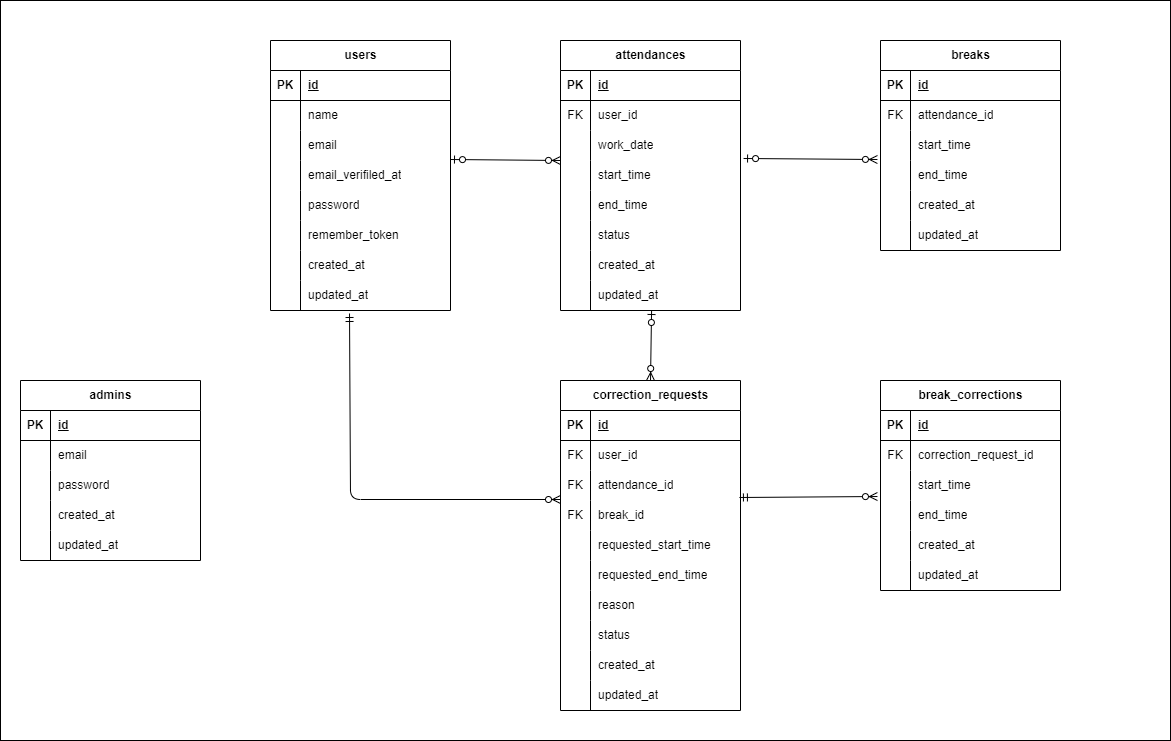
Above: AttendanceManagement.png in Zoe0327/AttendanceManagement (draw.io), before the change. Source tidied: cells renumbered, new cells last; positions are measured from the earlier drawing's top-left corner, leaving out a move shared by most shapes.
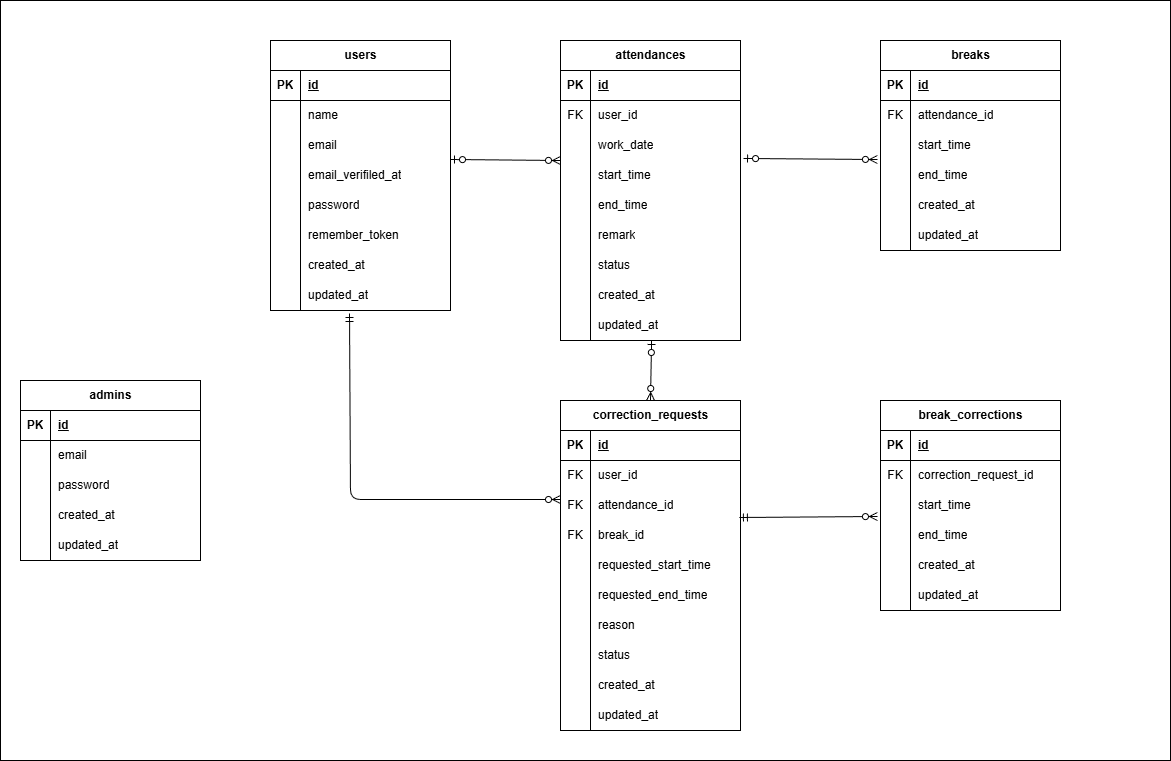
The same diagram one commit later.

What changed in the source:
```diff
@@ -3,7 +3,7 @@
     <mxCell id="0" />
     <mxCell id="1" parent="0" />
     <mxCell id="2" style="rounded=0;whiteSpace=wrap;html=1;" parent="1" vertex="1">
-      <mxGeometry width="1170" height="740" as="geometry" />
+      <mxGeometry width="1170" height="760" as="geometry" />
     </mxCell>
     <mxCell id="3" value="users" style="shape=table;startSize=30;rowLines=0;fontStyle=1;align=center;html=1;" parent="1" vertex="1">
       <mxGeometry x="270" y="40" width="180" height="270" as="geometry" />
@@ -81,7 +81,7 @@
       <mxGeometry x="30" width="150" height="30" as="geometry" />
     </mxCell>
     <mxCell id="28" value="attendances" style="shape=table;startSize=30;rowLines=0;fontStyle=1;align=center;html=1;" parent="1" vertex="1">
-      <mxGeometry x="560" y="40" width="180" height="270" as="geometry" />
+      <mxGeometry x="560" y="40" width="180" height="300" as="geometry" />
     </mxCell>
     <mxCell id="29" style="shape=tableRow;horizontal=0;startSize=0;swimlaneHead=0;swimlaneBody=0;fillColor=none;top=0;left=0;right=0;bottom=1;" parent="28" vertex="1">
       <mxGeometry y="30" width="180" height="30" as="geometry" />
@@ -128,8 +128,17 @@
     <mxCell id="43" value="end_time" style="shape=partialRectangle;fillColor=none;top=0;left=0;bottom=0;right=0;align=left;spacingLeft=6;overflow=hidden;whiteSpace=wrap;html=1;" parent="41" vertex="1">
       <mxGeometry x="30" width="150" height="30" as="geometry" />
     </mxCell>
+    <mxCell id="143" style="shape=tableRow;horizontal=0;startSize=0;swimlaneHead=0;swimlaneBody=0;fillColor=none;top=0;left=0;right=0;bottom=0;" parent="28" vertex="1">
+      <mxGeometry y="180" width="180" height="30" as="geometry" />
+    </mxCell>
+    <mxCell id="144" style="shape=partialRectangle;fillColor=none;top=0;left=0;bottom=0;right=0;overflow=hidden;whiteSpace=wrap;html=1;" parent="143" vertex="1">
+      <mxGeometry width="30" height="30" as="geometry" />
+    </mxCell>
+    <mxCell id="145" value="remark" style="shape=partialRectangle;fillColor=none;top=0;left=0;bottom=0;right=0;align=left;spacingLeft=6;overflow=hidden;whiteSpace=wrap;html=1;" parent="143" vertex="1">
+      <mxGeometry x="30" width="150" height="30" as="geometry" />
+    </mxCell>
     <mxCell id="44" style="shape=tableRow;horizontal=0;startSize=0;swimlaneHead=0;swimlaneBody=0;fillColor=none;top=0;left=0;right=0;bottom=0;" parent="28" vertex="1">
-      <mxGeometry y="180" width="180" height="30" as="geometry" />
+      <mxGeometry y="210" width="180" height="30" as="geometry" />
     </mxCell>
     <mxCell id="45" style="shape=partialRectangle;fillColor=none;top=0;left=0;bottom=0;right=0;overflow=hidden;whiteSpace=wrap;html=1;" parent="44" vertex="1">
       <mxGeometry width="30" height="30" as="geometry" />
@@ -138,7 +147,7 @@
       <mxGeometry x="30" width="150" height="30" as="geometry" />
     </mxCell>
     <mxCell id="47" style="shape=tableRow;horizontal=0;startSize=0;swimlaneHead=0;swimlaneBody=0;fillColor=none;top=0;left=0;right=0;bottom=0;" parent="28" vertex="1">
-      <mxGeometry y="210" width="180" height="30" as="geometry" />
+      <mxGeometry y="240" width="180" height="30" as="geometry" />
     </mxCell>
     <mxCell id="48" style="shape=partialRectangle;fillColor=none;top=0;left=0;bottom=0;right=0;overflow=hidden;whiteSpace=wrap;html=1;" parent="47" vertex="1">
       <mxGeometry width="30" height="30" as="geometry" />
@@ -147,7 +156,7 @@
       <mxGeometry x="30" width="150" height="30" as="geometry" />
     </mxCell>
     <mxCell id="50" style="shape=tableRow;horizontal=0;startSize=0;swimlaneHead=0;swimlaneBody=0;fillColor=none;points=[[0,0.5],[1,0.5]];portConstraint=eastwest;top=0;left=0;right=0;bottom=0;" parent="28" vertex="1">
-      <mxGeometry y="240" width="180" height="30" as="geometry" />
+      <mxGeometry y="270" width="180" height="30" as="geometry" />
     </mxCell>
     <mxCell id="51" style="shape=partialRectangle;fillColor=none;top=0;left=0;bottom=0;right=0;overflow=hidden;whiteSpace=wrap;html=1;" parent="50" vertex="1">
       <mxGeometry width="30" height="30" as="geometry" />
@@ -213,7 +222,7 @@
       <mxGeometry x="30" width="150" height="30" as="geometry" />
     </mxCell>
     <mxCell id="72" value="correction_requests" style="shape=table;startSize=30;rowLines=0;fontStyle=1;align=center;html=1;" parent="1" vertex="1">
-      <mxGeometry x="560" y="380" width="180" height="330" as="geometry" />
+      <mxGeometry x="560" y="400" width="180" height="330" as="geometry" />
     </mxCell>
     <mxCell id="73" style="shape=tableRow;horizontal=0;startSize=0;swimlaneHead=0;swimlaneBody=0;fillColor=none;top=0;left=0;right=0;bottom=1;" parent="72" vertex="1">
       <mxGeometry y="30" width="180" height="30" as="geometry" />
@@ -376,7 +385,7 @@
       <mxGeometry relative="1" as="geometry" />
     </mxCell>
     <mxCell id="123" value="break_corrections" style="shape=table;startSize=30;rowLines=0;fontStyle=1;align=center;html=1;" parent="1" vertex="1">
-      <mxGeometry x="880" y="380" width="180" height="210" as="geometry" />
+      <mxGeometry x="880" y="400" width="180" height="210" as="geometry" />
     </mxCell>
     <mxCell id="124" style="shape=tableRow;horizontal=0;startSize=0;swimlaneHead=0;swimlaneBody=0;fillColor=none;top=0;left=0;right=0;bottom=1;" parent="123" vertex="1">
       <mxGeometry y="30" width="180" height="30" as="geometry" />
```
